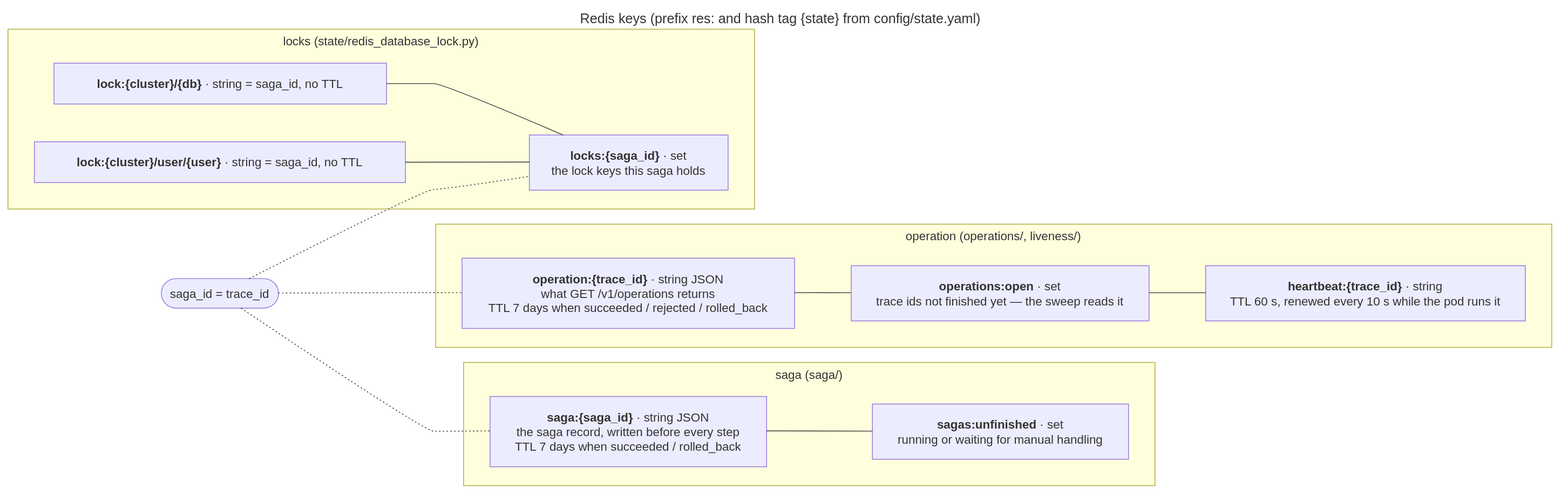
EliShteinman/redis-enterprise-services keeps this draw.io diagram as docs/diagrams/18-redis-keys.drawio.svg. Above is the earlier version. Source tidied: cells renumbered, new cells last; positions are measured from the earlier drawing's top-left corner, leaving out a move shared by most shapes. Its diagram source:
```xml
<mxGraphModel>
  <root>
    <mxCell id="0" />
    <mxCell id="1" parent="0" />
    <mxCell id="2" value="operation (operations/, liveness/)" style="html=1;whiteSpace=wrap;strokeWidth=1;verticalAlign=top;fillColor=light-dark(#ffffde,#1f2020);strokeColor=light-dark(#aaaa33,#cccccc);fontColor=light-dark(#333333,#cccccc);fontFamily=Trebuchet MS,Verdana,Arial,sans-serif;fontSize=16;" parent="1" vertex="1">
      <mxGeometry x="566" y="286" width="1477" height="163" as="geometry" />
    </mxCell>
    <mxCell id="3" value="&lt;b&gt;operation:{trace_id}&lt;/b&gt; · string JSON&#10;what GET /v1/operations returns&#10;TTL 7 days when succeeded / rejected / rolled_back" style="html=1;whiteSpace=wrap;strokeWidth=1;fillColor=light-dark(#ECECFF,#1f2020);strokeColor=light-dark(#9370DB,#cccccc);fontColor=light-dark(#333333,#cccccc);fontFamily=Trebuchet MS,Verdana,Arial,sans-serif;fontSize=16;" parent="2" vertex="1">
      <mxGeometry x="35" y="45" width="440" height="93" as="geometry" />
    </mxCell>
    <mxCell id="4" value="&lt;b&gt;operations:open&lt;/b&gt; · set&#10;trace ids not finished yet — the sweep reads it" style="html=1;whiteSpace=wrap;strokeWidth=1;fillColor=light-dark(#ECECFF,#1f2020);strokeColor=light-dark(#9370DB,#cccccc);fontColor=light-dark(#333333,#cccccc);fontFamily=Trebuchet MS,Verdana,Arial,sans-serif;fontSize=16;" parent="2" vertex="1">
      <mxGeometry x="550" y="55" width="394" height="73" as="geometry" />
    </mxCell>
    <mxCell id="5" value="&lt;b&gt;heartbeat:{trace_id}&lt;/b&gt; · string&#10;TTL 60 s, renewed every 10 s while the pod runs it" style="html=1;whiteSpace=wrap;strokeWidth=1;fillColor=light-dark(#ECECFF,#1f2020);strokeColor=light-dark(#9370DB,#cccccc);fontColor=light-dark(#333333,#cccccc);fontFamily=Trebuchet MS,Verdana,Arial,sans-serif;fontSize=16;" parent="2" vertex="1">
      <mxGeometry x="1019" y="55" width="423" height="73" as="geometry" />
    </mxCell>
    <mxCell id="6" style="curved=1;startArrow=none;endArrow=none;strokeColor=light-dark(#333333,#cccccc);exitX=1;exitY=0.49;entryX=0;entryY=0.49;" parent="2" edge="1" source="3" target="4">
      <mxGeometry relative="1" as="geometry" />
    </mxCell>
    <mxCell id="7" style="curved=1;startArrow=none;endArrow=none;strokeColor=light-dark(#333333,#cccccc);exitX=1;exitY=0.49;entryX=0;entryY=0.49;" parent="2" edge="1" source="4" target="5">
      <mxGeometry relative="1" as="geometry" />
    </mxCell>
    <mxCell id="8" value="saga (saga/)" style="html=1;whiteSpace=wrap;strokeWidth=1;verticalAlign=top;fillColor=light-dark(#ffffde,#1f2020);strokeColor=light-dark(#aaaa33,#cccccc);fontColor=light-dark(#333333,#cccccc);fontFamily=Trebuchet MS,Verdana,Arial,sans-serif;fontSize=16;" parent="1" vertex="1">
      <mxGeometry x="603" y="469" width="915" height="163" as="geometry" />
    </mxCell>
    <mxCell id="9" value="&lt;b&gt;saga:{saga_id}&lt;/b&gt; · string JSON&#10;the saga record, written before every step&#10;TTL 7 days when succeeded / rolled_back" style="html=1;whiteSpace=wrap;strokeWidth=1;fillColor=light-dark(#ECECFF,#1f2020);strokeColor=light-dark(#9370DB,#cccccc);fontColor=light-dark(#333333,#cccccc);fontFamily=Trebuchet MS,Verdana,Arial,sans-serif;fontSize=16;" parent="8" vertex="1">
      <mxGeometry x="35" y="45" width="366" height="93" as="geometry" />
    </mxCell>
    <mxCell id="10" value="&lt;b&gt;sagas:unfinished&lt;/b&gt; · set&#10;running or waiting for manual handling" style="html=1;whiteSpace=wrap;strokeWidth=1;fillColor=light-dark(#ECECFF,#1f2020);strokeColor=light-dark(#9370DB,#cccccc);fontColor=light-dark(#333333,#cccccc);fontFamily=Trebuchet MS,Verdana,Arial,sans-serif;fontSize=16;" parent="8" vertex="1">
      <mxGeometry x="541" y="55" width="339" height="73" as="geometry" />
    </mxCell>
    <mxCell id="11" style="curved=1;startArrow=none;endArrow=none;strokeColor=light-dark(#333333,#cccccc);exitX=1;exitY=0.49;entryX=0;entryY=0.49;" parent="8" edge="1" source="9" target="10">
      <mxGeometry relative="1" as="geometry" />
    </mxCell>
    <mxCell id="12" value="locks (state/redis_database_lock.py)" style="html=1;whiteSpace=wrap;strokeWidth=1;verticalAlign=top;fillColor=light-dark(#ffffde,#1f2020);strokeColor=light-dark(#aaaa33,#cccccc);fontColor=light-dark(#333333,#cccccc);fontFamily=Trebuchet MS,Verdana,Arial,sans-serif;fontSize=16;" parent="1" vertex="1">
      <mxGeometry y="28" width="988" height="238" as="geometry" />
    </mxCell>
    <mxCell id="13" value="&lt;b&gt;lock:{cluster}/{db}&lt;/b&gt; · string = saga_id, no TTL" style="html=1;whiteSpace=wrap;strokeWidth=1;fillColor=light-dark(#ECECFF,#1f2020);strokeColor=light-dark(#9370DB,#cccccc);fontColor=light-dark(#333333,#cccccc);fontFamily=Trebuchet MS,Verdana,Arial,sans-serif;fontSize=16;" parent="12" vertex="1">
      <mxGeometry x="61" y="45" width="440" height="54" as="geometry" />
    </mxCell>
    <mxCell id="14" value="&lt;b&gt;lock:{cluster}/user/{user}&lt;/b&gt; · string = saga_id, no TTL" style="html=1;whiteSpace=wrap;strokeWidth=1;fillColor=light-dark(#ECECFF,#1f2020);strokeColor=light-dark(#9370DB,#cccccc);fontColor=light-dark(#333333,#cccccc);fontFamily=Trebuchet MS,Verdana,Arial,sans-serif;fontSize=16;" parent="12" vertex="1">
      <mxGeometry x="35" y="149" width="491" height="54" as="geometry" />
    </mxCell>
    <mxCell id="15" value="&lt;b&gt;locks:{saga_id}&lt;/b&gt; · set&#10;the lock keys this saga holds" style="html=1;whiteSpace=wrap;strokeWidth=1;fillColor=light-dark(#ECECFF,#1f2020);strokeColor=light-dark(#9370DB,#cccccc);fontColor=light-dark(#333333,#cccccc);fontFamily=Trebuchet MS,Verdana,Arial,sans-serif;fontSize=16;" parent="12" vertex="1">
      <mxGeometry x="690" y="140" width="263" height="73" as="geometry" />
    </mxCell>
    <mxCell id="16" style="curved=1;startArrow=none;endArrow=none;strokeColor=light-dark(#333333,#cccccc);exitX=1;exitY=0.5;entryX=0.17;entryY=0;" parent="12" edge="1" source="13" target="15">
      <mxGeometry relative="1" as="geometry">
        <Array as="points">
          <mxPoint x="551" y="72" />
          <mxPoint x="576" y="72" />
        </Array>
      </mxGeometry>
    </mxCell>
    <mxCell id="17" style="curved=1;startArrow=none;endArrow=none;strokeColor=light-dark(#333333,#cccccc);exitX=1;exitY=0.5;entryX=0;entryY=0.49;" parent="12" edge="1" source="14" target="15">
      <mxGeometry relative="1" as="geometry" />
    </mxCell>
    <mxCell id="18" value="saga_id = trace_id" style="html=1;rounded=1;whiteSpace=wrap;arcSize=50;strokeWidth=1;fillColor=light-dark(#ECECFF,#1f2020);strokeColor=light-dark(#9370DB,#cccccc);fontColor=light-dark(#333333,#cccccc);fontFamily=Trebuchet MS,Verdana,Arial,sans-serif;fontSize=16;" parent="1" vertex="1">
      <mxGeometry x="203" y="358" width="155" height="39" as="geometry" />
    </mxCell>
    <mxCell id="19" style="curved=1;dashed=1;dashPattern=2 3;fixDash=1;startArrow=none;endArrow=none;strokeColor=light-dark(#333333,#cccccc);exitX=1;exitY=0.49;entryX=0;entryY=0.49;" parent="1" edge="1" source="18" target="3">
      <mxGeometry relative="1" as="geometry" />
    </mxCell>
    <mxCell id="20" style="curved=1;dashed=1;dashPattern=2 3;fixDash=1;startArrow=none;endArrow=none;strokeColor=light-dark(#333333,#cccccc);exitX=0.68;exitY=1;entryX=0;entryY=0.49;" parent="1" edge="1" source="18" target="9">
      <mxGeometry relative="1" as="geometry">
        <Array as="points">
          <mxPoint x="551" y="560" />
          <mxPoint x="576" y="560" />
        </Array>
      </mxGeometry>
    </mxCell>
    <mxCell id="21" style="curved=1;dashed=1;dashPattern=2 3;fixDash=1;startArrow=none;endArrow=none;strokeColor=light-dark(#333333,#cccccc);exitX=0.75;exitY=0;entryX=0;entryY=0.75;" parent="1" edge="1" source="18" target="15">
      <mxGeometry relative="1" as="geometry">
        <Array as="points">
          <mxPoint x="551" y="240" />
          <mxPoint x="576" y="240" />
        </Array>
      </mxGeometry>
    </mxCell>
    <mxCell id="22" value="Redis keys (prefix res: and hash tag {state} from config/state.yaml)" style="text;strokeColor=none;fillColor=none;align=center;verticalAlign=middle;fontSize=18;fontColor=light-dark(#333333,#cccccc);fontFamily=trebuchet ms,verdana,arial,sans-serif;" parent="1" vertex="1">
      <mxGeometry x="2" width="2041" height="25" as="geometry" />
    </mxCell>
  </root>
</mxGraphModel>
```
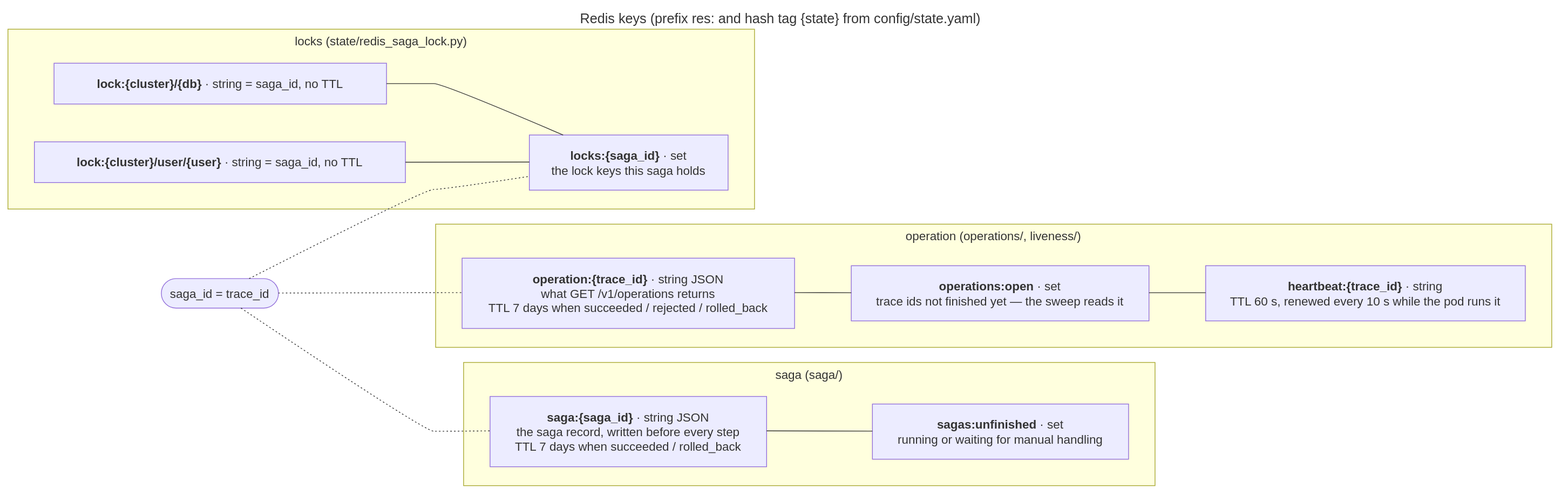
After the change.

Change to the diagram source:
```diff
@@ -32,7 +32,7 @@
     <mxCell id="11" style="curved=1;startArrow=none;endArrow=none;strokeColor=light-dark(#333333,#cccccc);exitX=1;exitY=0.49;entryX=0;entryY=0.49;" parent="8" edge="1" source="9" target="10">
       <mxGeometry relative="1" as="geometry" />
     </mxCell>
-    <mxCell id="12" value="locks (state/redis_database_lock.py)" style="html=1;whiteSpace=wrap;strokeWidth=1;verticalAlign=top;fillColor=light-dark(#ffffde,#1f2020);strokeColor=light-dark(#aaaa33,#cccccc);fontColor=light-dark(#333333,#cccccc);fontFamily=Trebuchet MS,Verdana,Arial,sans-serif;fontSize=16;" parent="1" vertex="1">
+    <mxCell id="12" value="locks (state/redis_saga_lock.py)" style="html=1;whiteSpace=wrap;strokeWidth=1;verticalAlign=top;fillColor=light-dark(#ffffde,#1f2020);strokeColor=light-dark(#aaaa33,#cccccc);fontColor=light-dark(#333333,#cccccc);fontFamily=Trebuchet MS,Verdana,Arial,sans-serif;fontSize=16;" parent="1" vertex="1">
       <mxGeometry y="28" width="988" height="238" as="geometry" />
     </mxCell>
     <mxCell id="13" value="&lt;b&gt;lock:{cluster}/{db}&lt;/b&gt; · string = saga_id, no TTL" style="html=1;whiteSpace=wrap;strokeWidth=1;fillColor=light-dark(#ECECFF,#1f2020);strokeColor=light-dark(#9370DB,#cccccc);fontColor=light-dark(#333333,#cccccc);fontFamily=Trebuchet MS,Verdana,Arial,sans-serif;fontSize=16;" parent="12" vertex="1">
```
